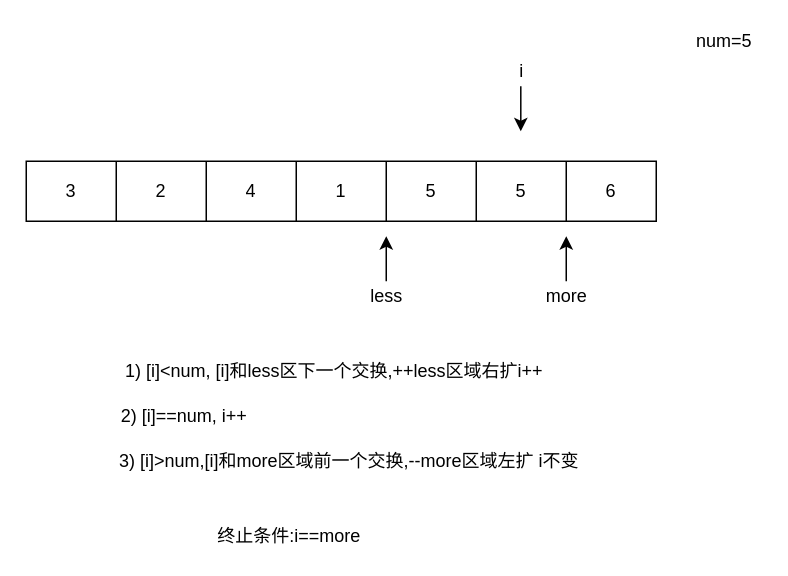
Z-oney/Z-oney keeps this draw.io diagram as QuickSort.drawio. Above is the earlier version. Source tidied: cells renumbered, new cells numbered last; positions are measured from the earlier drawing's top-left corner, leaving out a move shared by most shapes. Both pictures are drawn from the tidied source at 150%, with x=0, y=0 at pixel (26, 26).
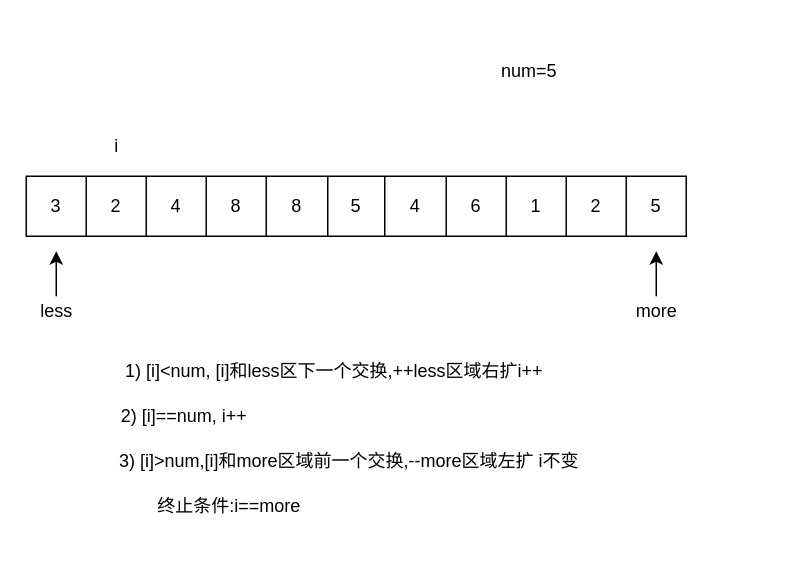
The same page after the edit.

Change to the diagram source:
```diff
@@
     <mxCell id="2" style="shape=table;startSize=0;childLayout=tableLayout;" parent="1" vertex="1">
-      <mxGeometry y="90" width="420" height="40" as="geometry" />
+      <mxGeometry y="100" width="440" height="40" as="geometry" />
     </mxCell>
     <mxCell id="3" style="shape=partialRectangle;fillColor=none;top=0;left=0;bottom=0;right=0;" parent="2" vertex="1">
-      <mxGeometry width="420" height="40" as="geometry" />
+      <mxGeometry width="440" height="40" as="geometry" />
     </mxCell>
     <mxCell id="4" value="3" style="shape=partialRectangle;html=1;whiteSpace=wrap;overflow=hidden;fillColor=none;top=0;left=0;bottom=0;right=0;" parent="3" vertex="1">
-      <mxGeometry width="60" height="40" as="geometry" />
+      <mxGeometry width="40" height="40" as="geometry" />
     </mxCell>
     <mxCell id="5" value="2" style="shape=partialRectangle;html=1;whiteSpace=wrap;overflow=hidden;fillColor=none;top=0;left=0;bottom=0;right=0;" parent="3" vertex="1">
-      <mxGeometry x="60" width="60" height="40" as="geometry" />
+      <mxGeometry x="40" width="40" height="40" as="geometry" />
     </mxCell>
     <mxCell id="6" value="4" style="shape=partialRectangle;html=1;whiteSpace=wrap;overflow=hidden;fillColor=none;top=0;left=0;bottom=0;right=0;" parent="3" vertex="1">
-      <mxGeometry x="120" width="60" height="40" as="geometry" />
+      <mxGeometry x="80" width="40" height="40" as="geometry" />
     </mxCell>
-    <mxCell id="7" value="1" style="shape=partialRectangle;html=1;whiteSpace=wrap;overflow=hidden;fillColor=none;top=0;left=0;bottom=0;right=0;" parent="3" vertex="1">
-      <mxGeometry x="180" width="60" height="40" as="geometry" />
+    <mxCell id="7" value="8" style="shape=partialRectangle;html=1;whiteSpace=wrap;overflow=hidden;fillColor=none;top=0;left=0;bottom=0;right=0;" parent="3" vertex="1">
+      <mxGeometry x="120" width="40" height="40" as="geometry" />
     </mxCell>
-    <mxCell id="8" value="5" style="shape=partialRectangle;html=1;whiteSpace=wrap;overflow=hidden;fillColor=none;top=0;left=0;bottom=0;right=0;" parent="3" vertex="1">
-      <mxGeometry x="240" width="60" height="40" as="geometry" />
+    <mxCell id="8" value="8" style="shape=partialRectangle;html=1;whiteSpace=wrap;overflow=hidden;fillColor=none;top=0;left=0;bottom=0;right=0;" parent="3" vertex="1">
+      <mxGeometry x="160" width="41" height="40" as="geometry" />
     </mxCell>
     <mxCell id="9" value="5" style="shape=partialRectangle;html=1;whiteSpace=wrap;overflow=hidden;fillColor=none;top=0;left=0;bottom=0;right=0;" parent="3" vertex="1">
-      <mxGeometry x="300" width="60" height="40" as="geometry" />
+      <mxGeometry x="201" width="38" height="40" as="geometry" />
     </mxCell>
+    <mxCell id="22" value="4" style="shape=partialRectangle;html=1;whiteSpace=wrap;overflow=hidden;fillColor=none;top=0;left=0;bottom=0;right=0;" parent="3" vertex="1">
+      <mxGeometry x="239" width="41" height="40" as="geometry" />
+    </mxCell>
+    <mxCell id="23" value="6" style="shape=partialRectangle;html=1;whiteSpace=wrap;overflow=hidden;fillColor=none;top=0;left=0;bottom=0;right=0;" parent="3" vertex="1">
+      <mxGeometry x="280" width="40" height="40" as="geometry" />
+    </mxCell>
+    <mxCell id="24" value="1" style="shape=partialRectangle;html=1;whiteSpace=wrap;overflow=hidden;fillColor=none;top=0;left=0;bottom=0;right=0;" parent="3" vertex="1">
+      <mxGeometry x="320" width="40" height="40" as="geometry" />
+    </mxCell>
+    <mxCell id="25" value="2" style="shape=partialRectangle;html=1;whiteSpace=wrap;overflow=hidden;fillColor=none;top=0;left=0;bottom=0;right=0;" parent="3" vertex="1">
+      <mxGeometry x="360" width="40" height="40" as="geometry" />
+    </mxCell>
-    <mxCell id="10" value="6" style="shape=partialRectangle;html=1;whiteSpace=wrap;overflow=hidden;fillColor=none;top=0;left=0;bottom=0;right=0;" parent="3" vertex="1">
-      <mxGeometry x="360" width="60" height="40" as="geometry" />
+    <mxCell id="10" value="5" style="shape=partialRectangle;html=1;whiteSpace=wrap;overflow=hidden;fillColor=none;top=0;left=0;bottom=0;right=0;" parent="3" vertex="1">
+      <mxGeometry x="400" width="40" height="40" as="geometry" />
     </mxCell>
     <mxCell id="11" style="endArrow=classic;html=1;rounded=0;" parent="1" edge="1">
       <mxGeometry relative="1" as="geometry">
-        <mxPoint x="240" y="170" as="sourcePoint" />
-        <mxPoint x="240" y="140" as="targetPoint" />
+        <mxPoint x="20" y="180" as="sourcePoint" />
+        <mxPoint x="20" y="150" as="targetPoint" />
       </mxGeometry>
     </mxCell>
     <mxCell id="12" value="less" style="text;html=1;align=center;verticalAlign=middle;strokeColor=none;fillColor=none;" parent="1" vertex="1">
-      <mxGeometry x="220" y="170" width="40" height="20" as="geometry" />
+      <mxGeometry y="180" width="40" height="20" as="geometry" />
     </mxCell>
     <mxCell id="13" style="endArrow=classic;html=1;rounded=0;" parent="1" edge="1">
       <mxGeometry relative="1" as="geometry">
-        <mxPoint x="360" y="170" as="sourcePoint" />
-        <mxPoint x="360" y="140" as="targetPoint" />
+        <mxPoint x="420" y="180" as="sourcePoint" />
+        <mxPoint x="420" y="150" as="targetPoint" />
       </mxGeometry>
     </mxCell>
     <mxCell id="14" value="&lt;div&gt;more&lt;/div&gt;" style="text;html=1;align=center;verticalAlign=middle;strokeColor=none;fillColor=none;" parent="1" vertex="1">
-      <mxGeometry x="340" y="170" width="40" height="20" as="geometry" />
+      <mxGeometry x="400" y="180" width="40" height="20" as="geometry" />
     </mxCell>
-    <mxCell id="15" style="endArrow=classic;html=1;rounded=0;" parent="1" edge="1">
-      <mxGeometry relative="1" as="geometry">
-        <mxPoint x="329.7" y="40" as="sourcePoint" />
-        <mxPoint x="329.7" y="70" as="targetPoint" />
-      </mxGeometry>
-    </mxCell>
     <mxCell id="16" value="i" style="text;html=1;align=center;verticalAlign=middle;strokeColor=none;fillColor=none;" parent="1" vertex="1">
-      <mxGeometry x="320" y="20" width="20" height="20" as="geometry" />
+      <mxGeometry x="50" y="70" width="20" height="20" as="geometry" />
     </mxCell>
     <mxCell id="17" value="&lt;div&gt;num=5&lt;/div&gt;" style="text;html=1;align=center;verticalAlign=middle;strokeColor=none;fillColor=none;" parent="1" vertex="1">
-      <mxGeometry x="440" width="50" height="20" as="geometry" />
+      <mxGeometry x="310" y="20" width="50" height="20" as="geometry" />
     </mxCell>
@@
     <mxCell id="21" value="&lt;div&gt;终止条件:i==more&lt;/div&gt;" style="text;html=1;align=center;verticalAlign=middle;strokeColor=none;fillColor=none;" parent="1" vertex="1">
-      <mxGeometry x="120" y="330" width="110" height="20" as="geometry" />
+      <mxGeometry x="80" y="310" width="110" height="20" as="geometry" />
     </mxCell>
```
